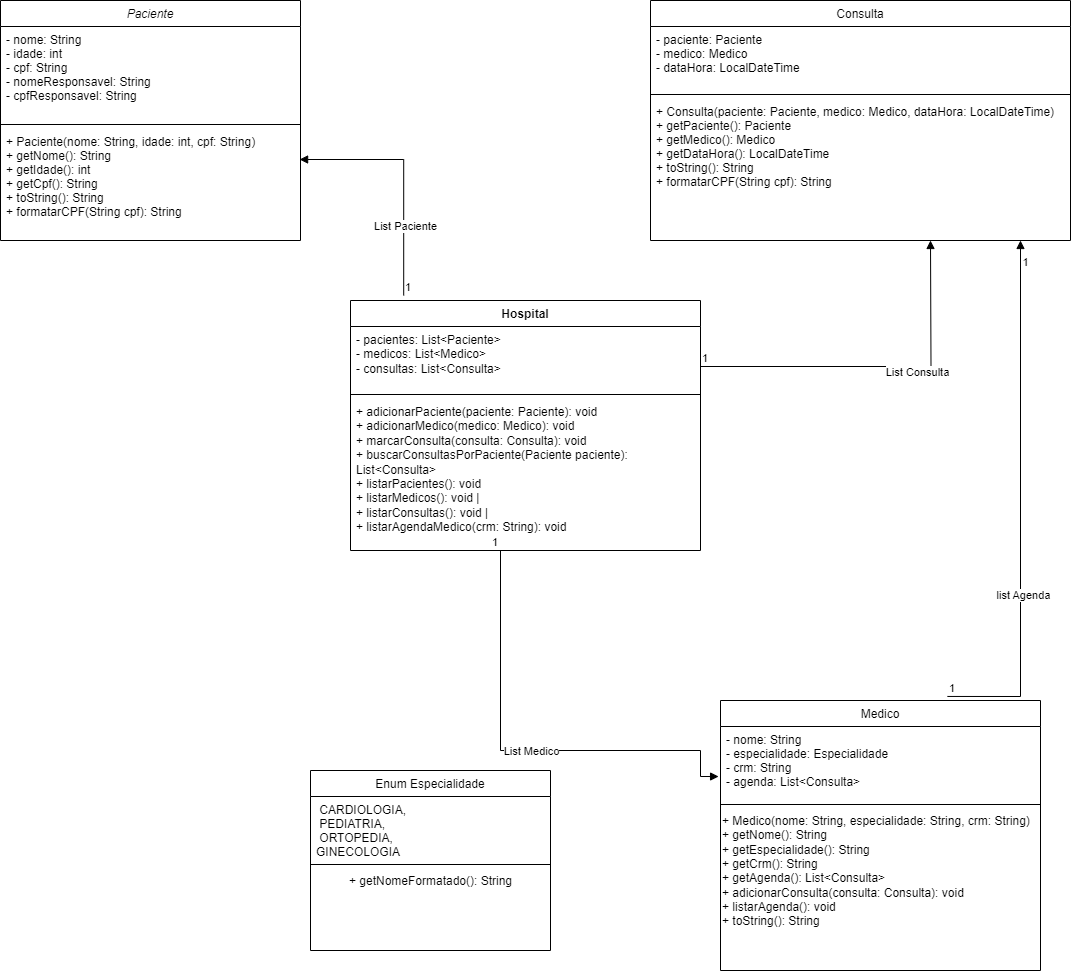
Above: GH.drawio.png in LucasBigas/TrabFinalPoo (draw.io), before the change. Source tidied: cells renumbered, new cells last; positions are measured from the earlier drawing's top-left corner, leaving out a move shared by most shapes.
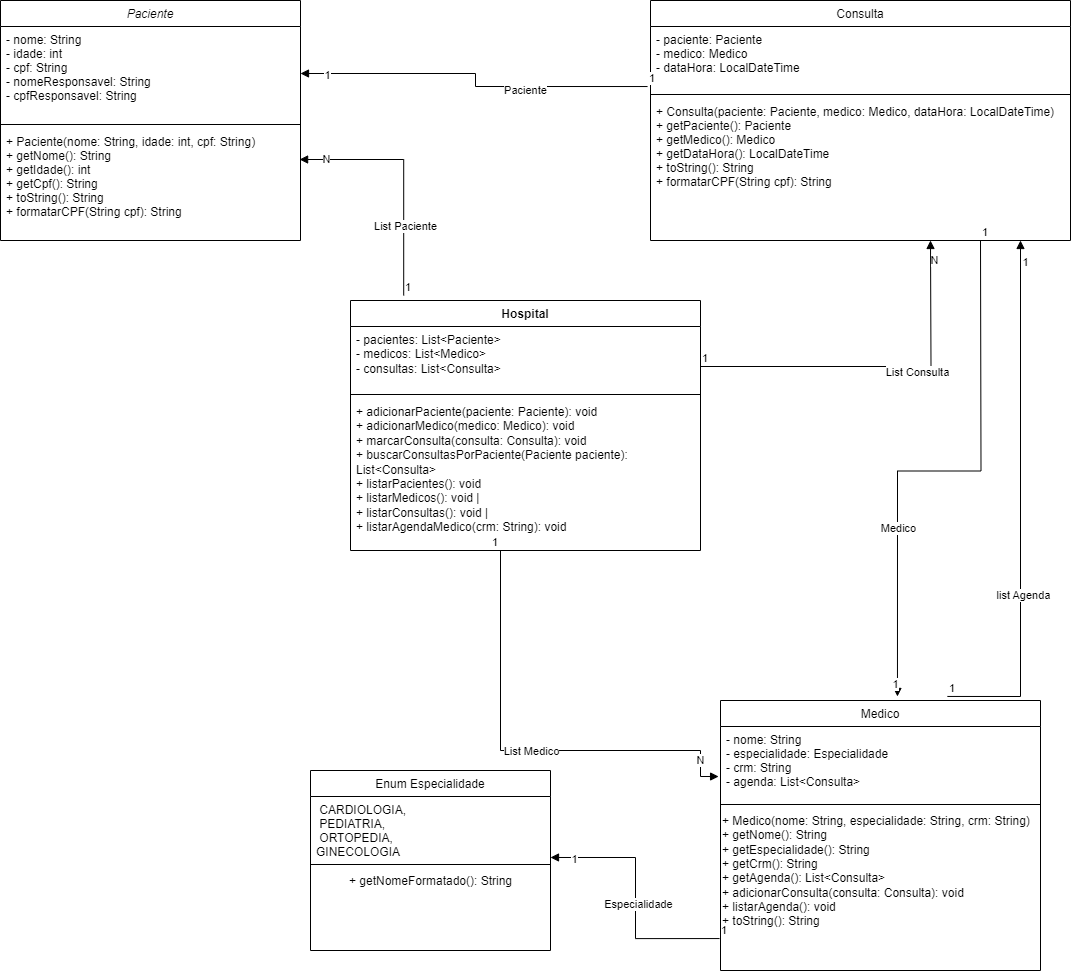
The same diagram one commit later.

Change to the diagram source:
```diff
@@ -71,6 +71,9 @@
     <mxCell id="24" value="List Paciente" style="edgeLabel;html=1;align=center;verticalAlign=middle;" parent="22" vertex="1">
       <mxGeometry x="-0.42" y="-1" relative="1" as="geometry" />
     </mxCell>
+    <mxCell id="35" value="N" style="edgeLabel;html=1;align=center;verticalAlign=middle;" parent="22" vertex="1">
+      <mxGeometry x="0.78" y="-1" relative="1" as="geometry" />
+    </mxCell>
     <mxCell id="25" style="endArrow=block;endFill=1;html=1;edgeStyle=orthogonalEdgeStyle;align=left;verticalAlign=top;rounded=0;exitX=1;exitY=0.625;exitDx=0;exitDy=0;exitPerimeter=0;" parent="1" edge="1" source="19">
       <mxGeometry x="-1" relative="1" as="geometry">
         <mxPoint x="930" y="240" as="targetPoint" />
@@ -82,6 +85,9 @@
     <mxCell id="27" value="List Consulta" style="edgeLabel;html=1;align=center;verticalAlign=middle;" parent="25" vertex="1">
       <mxGeometry x="0.21" y="-5" relative="1" as="geometry" />
     </mxCell>
+    <mxCell id="36" value="N" style="edgeLabel;html=1;align=center;verticalAlign=middle;" parent="25" vertex="1">
+      <mxGeometry x="0.89" y="-3" relative="1" as="geometry" />
+    </mxCell>
     <mxCell id="28" style="endArrow=block;endFill=1;html=1;edgeStyle=orthogonalEdgeStyle;align=left;verticalAlign=top;rounded=0;exitX=0.497;exitY=1;exitDx=0;exitDy=0;exitPerimeter=0;entryX=-0.006;entryY=0.676;entryDx=0;entryDy=0;entryPerimeter=0;" parent="1" edge="1" target="7">
       <mxGeometry x="-1" relative="1" as="geometry">
         <mxPoint x="490" y="550" as="sourcePoint" />
@@ -99,6 +105,9 @@
     <mxCell id="30" value="List Medico" style="edgeLabel;html=1;align=center;verticalAlign=middle;" parent="28" vertex="1">
       <mxGeometry x="0.06" relative="1" as="geometry" />
     </mxCell>
+    <mxCell id="37" value="N" style="edgeLabel;html=1;align=center;verticalAlign=middle;" parent="28" vertex="1">
+      <mxGeometry x="0.85" y="-1" relative="1" as="geometry" />
+    </mxCell>
     <mxCell id="31" style="endArrow=block;endFill=1;html=1;edgeStyle=orthogonalEdgeStyle;align=left;verticalAlign=top;rounded=0;exitX=0.709;exitY=-0.015;exitDx=0;exitDy=0;exitPerimeter=0;" parent="1" edge="1" source="6">
       <mxGeometry x="-1" relative="1" as="geometry">
         <mxPoint x="1020" y="240" as="targetPoint" />
@@ -116,5 +125,45 @@
     <mxCell id="34" value="1" style="edgeLabel;html=1;align=center;verticalAlign=middle;" parent="31" vertex="1">
       <mxGeometry x="0.92" y="-4" relative="1" as="geometry" />
     </mxCell>
+    <mxCell id="38" style="endArrow=block;endFill=1;html=1;edgeStyle=orthogonalEdgeStyle;align=left;verticalAlign=top;rounded=0;entryX=1;entryY=0.953;entryDx=0;entryDy=0;entryPerimeter=0;exitX=-0.003;exitY=0.929;exitDx=0;exitDy=0;exitPerimeter=0;" parent="1" edge="1" source="9" target="11">
+      <mxGeometry x="-1" relative="1" as="geometry" />
+    </mxCell>
+    <mxCell id="39" value="1" style="edgeLabel;html=1;align=left;verticalAlign=bottom;" parent="38" vertex="1">
+      <mxGeometry x="-1" relative="1" as="geometry" />
+    </mxCell>
+    <mxCell id="40" value="1" style="edgeLabel;html=1;align=center;verticalAlign=middle;" parent="38" vertex="1">
+      <mxGeometry x="0.82" y="2" relative="1" as="geometry" />
+    </mxCell>
+    <mxCell id="41" value="Especialidade" style="edgeLabel;html=1;align=center;verticalAlign=middle;" parent="38" vertex="1">
+      <mxGeometry x="-0.05" y="-2" relative="1" as="geometry" />
+    </mxCell>
+    <mxCell id="42" style="endArrow=block;endFill=1;html=1;edgeStyle=orthogonalEdgeStyle;align=left;verticalAlign=top;rounded=0;exitX=-0.007;exitY=0.938;exitDx=0;exitDy=0;exitPerimeter=0;entryX=1;entryY=0.5;entryDx=0;entryDy=0;" parent="1" edge="1" source="15" target="3">
+      <mxGeometry x="-1" relative="1" as="geometry" />
+    </mxCell>
+    <mxCell id="43" value="1" style="edgeLabel;html=1;align=left;verticalAlign=bottom;" parent="42" vertex="1">
+      <mxGeometry x="-1" relative="1" as="geometry" />
+    </mxCell>
+    <mxCell id="44" value="1" style="edgeLabel;html=1;align=center;verticalAlign=middle;" parent="42" vertex="1">
+      <mxGeometry x="0.86" y="1" relative="1" as="geometry" />
+    </mxCell>
+    <mxCell id="45" value="Paciente" style="edgeLabel;html=1;align=center;verticalAlign=middle;" parent="42" vertex="1">
+      <mxGeometry x="-0.32" y="3" relative="1" as="geometry" />
+    </mxCell>
+    <mxCell id="46" style="endArrow=block;endFill=1;html=1;edgeStyle=orthogonalEdgeStyle;align=left;verticalAlign=top;rounded=0;entryX=0.553;entryY=-0.015;entryDx=0;entryDy=0;entryPerimeter=0;" parent="1" edge="1" target="6">
+      <mxGeometry x="-1" relative="1" as="geometry">
+        <mxPoint x="980" y="240" as="sourcePoint" />
+      </mxGeometry>
+    </mxCell>
+    <mxCell id="47" value="1" style="edgeLabel;html=1;align=left;verticalAlign=bottom;" parent="46" vertex="1">
+      <mxGeometry x="-1" relative="1" as="geometry" />
+    </mxCell>
+    <mxCell id="48" value="1" style="edgeLabel;html=1;align=center;verticalAlign=middle;" parent="46" vertex="1">
+      <mxGeometry x="0.95" y="-2" relative="1" as="geometry" />
+    </mxCell>
+    <mxCell id="49" value="Medico" style="edgeLabel;html=1;align=center;verticalAlign=middle;" parent="46" vertex="1">
+      <mxGeometry x="0.37" y="1" relative="1" as="geometry">
+        <mxPoint y="1" as="offset" />
+      </mxGeometry>
+    </mxCell>
   </root>
 </mxGraphModel>
```
